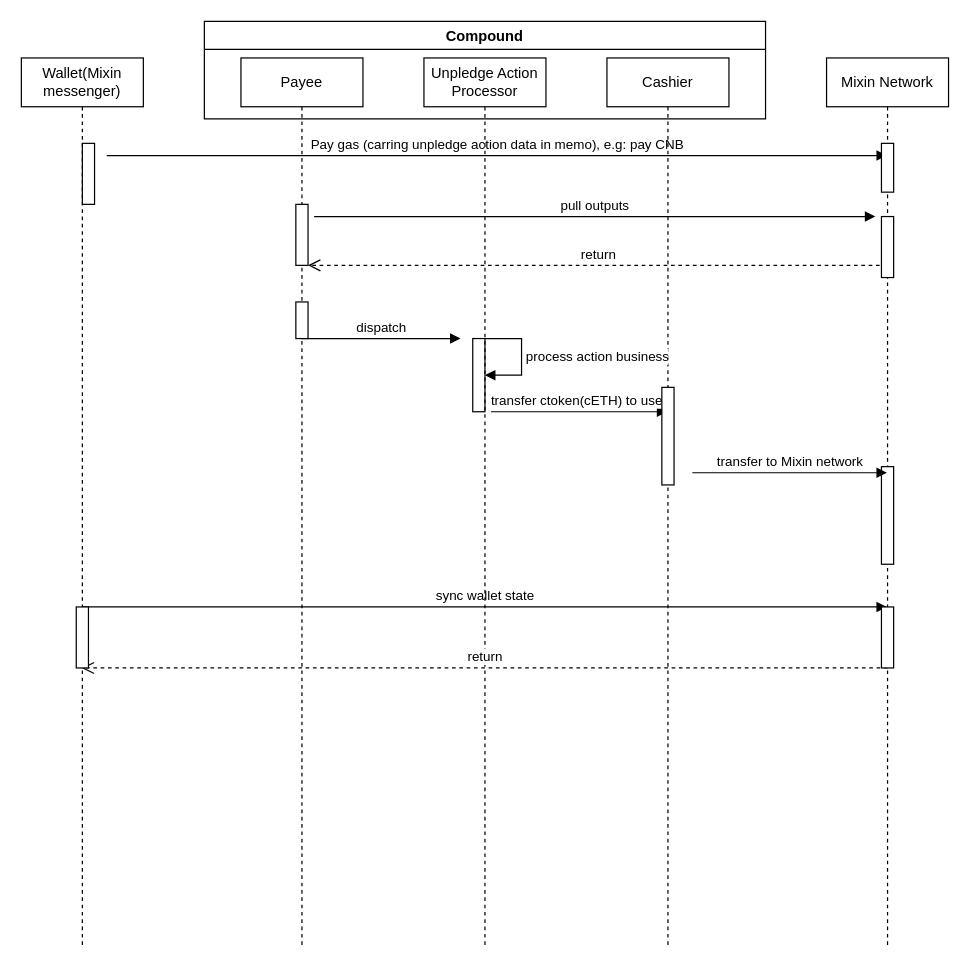
fox-one/compound keeps this draw.io diagram as docs/images/tl_unpledge.drawio. Above is the earlier version. Source tidied: cells renumbered, new cells numbered last; positions are measured from the earlier drawing's top-left corner, leaving out a move shared by most shapes. Both pictures are drawn from the tidied source at 122%, with x=0, y=0 at pixel (21, 21).
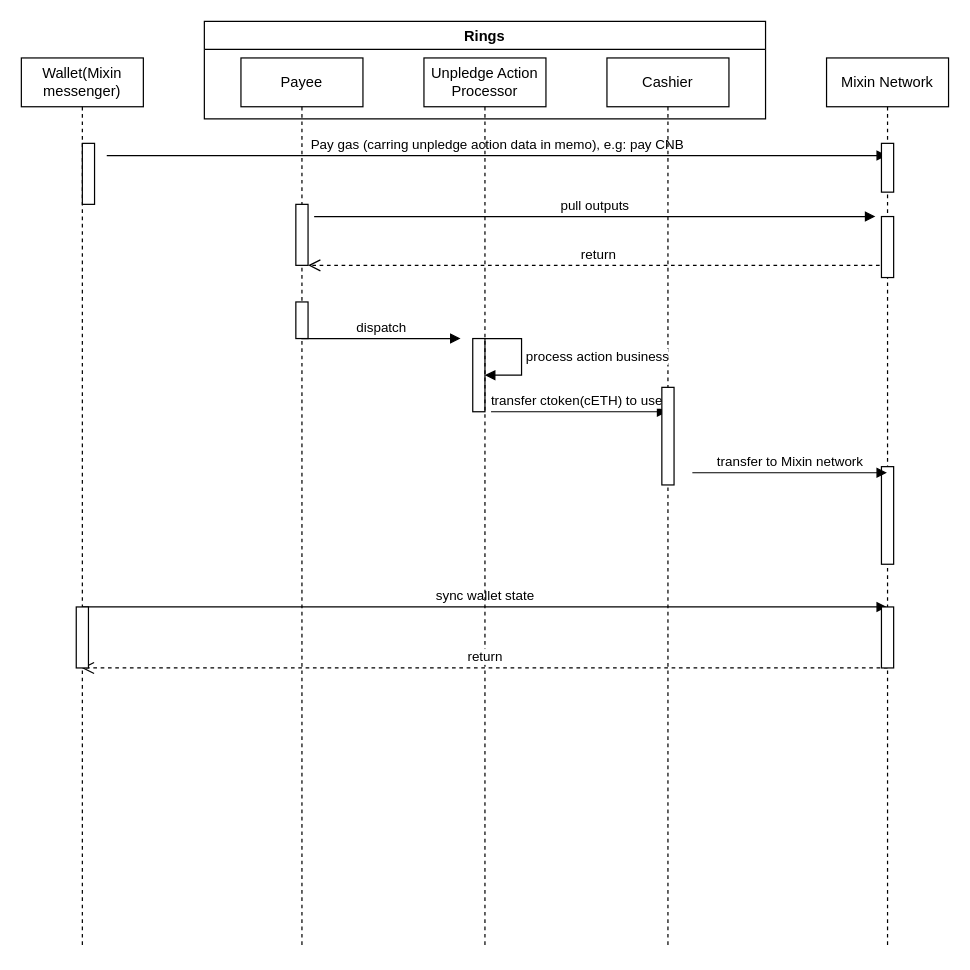
The same page after the edit.

What changed in the source:
```diff
@@
-    <mxCell id="9" value="Compound" style="swimlane;" parent="1" vertex="1">
+    <mxCell id="9" value="Rings" style="swimlane;" parent="1" vertex="1">
       <mxGeometry x="150" width="460" height="80" as="geometry" />
     </mxCell>
```
